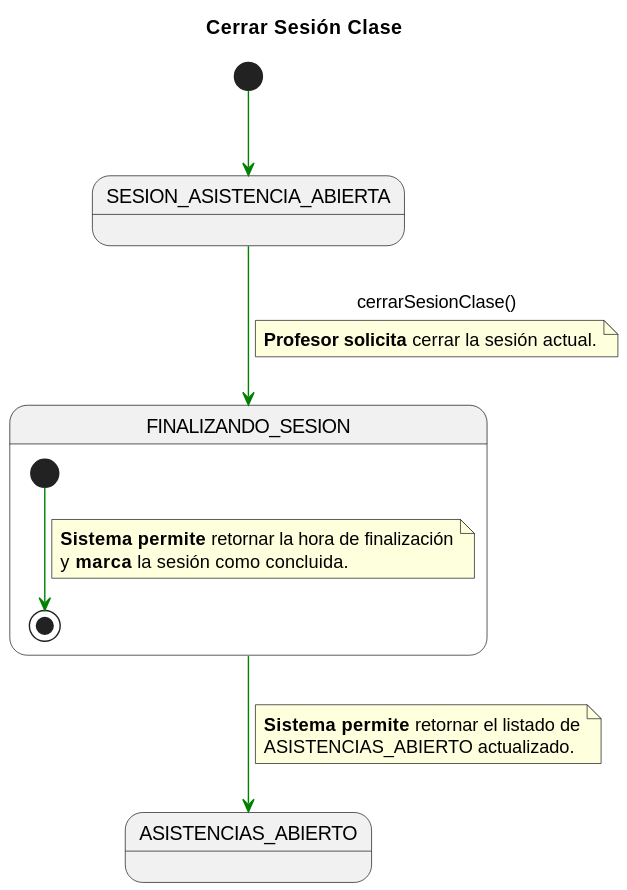
Before: documents/requisitado/02-detalle/Profesor/cerrarSesionClase.svg, a diagram exported from PlantUML (jerdier/25-26-idsw2-sdVC).
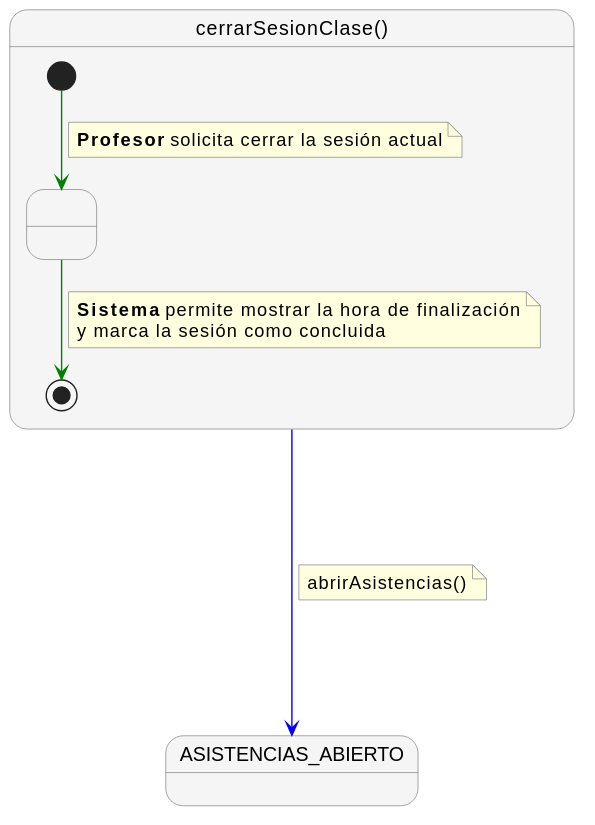
After the change.

The edit, as a diff of the source:
```diff
@@ -1,32 +1,31 @@
 @startuml
-title Cerrar Sesión Clase
+skinparam nodesep 60
+skinparam ranksep 60
 skinparam linetype polyline
+skinparam NoteBackgroundColor lightyellow
+skinparam NoteBorderColor gray
+skinparam StateBackgroundColor #F5F5F5
+skinparam StateBorderColor gray
 
-state SESION_ACTUAL_INICIAL as "SESION_ASISTENCIA_ABIERTA"
-state PROCESO_CIERRE_COMP   as "FINALIZANDO_SESION"
-state ASISTENCIAS_FINAL     as "ASISTENCIAS_ABIERTO"
+state "cerrarSesionClase()" as cerrarSesionClase {
+    state " " as Paso1
 
-[*] -[#green]-> SESION_ACTUAL_INICIAL
-
-SESION_ACTUAL_INICIAL -[#green]-> PROCESO_CIERRE_COMP : cerrarSesionClase()
-note on link
-<b>Profesor solicita</b> cerrar la sesión actual.
-end note
-
-state PROCESO_CIERRE_COMP {
-
-
-    [*] -[#green]-> [*]
+    [*] -[#green]-> Paso1
     note on link
-    <b>Sistema permite</b> retornar la hora de finalización
-    y <b>marca</b> la sesión como concluida.
+      <b>Profesor</b> solicita cerrar la sesión actual
     end note
 
+    Paso1 -[#green]-> [*]
+    note on link
+      <b>Sistema</b> permite mostrar la hora de finalización
+      y marca la sesión como concluida
+    end note
 }
 
-PROCESO_CIERRE_COMP -[#green]-> ASISTENCIAS_FINAL
-note on link
-<b>Sistema permite</b> retornar el listado de
-ASISTENCIAS_ABIERTO actualizado.
+state "ASISTENCIAS_ABIERTO" as ASISTENCIAS_ABIERTO
+
+cerrarSesionClase -[#blue]---> ASISTENCIAS_ABIERTO
+note right on link
+  abrirAsistencias()
 end note
 @enduml
```
